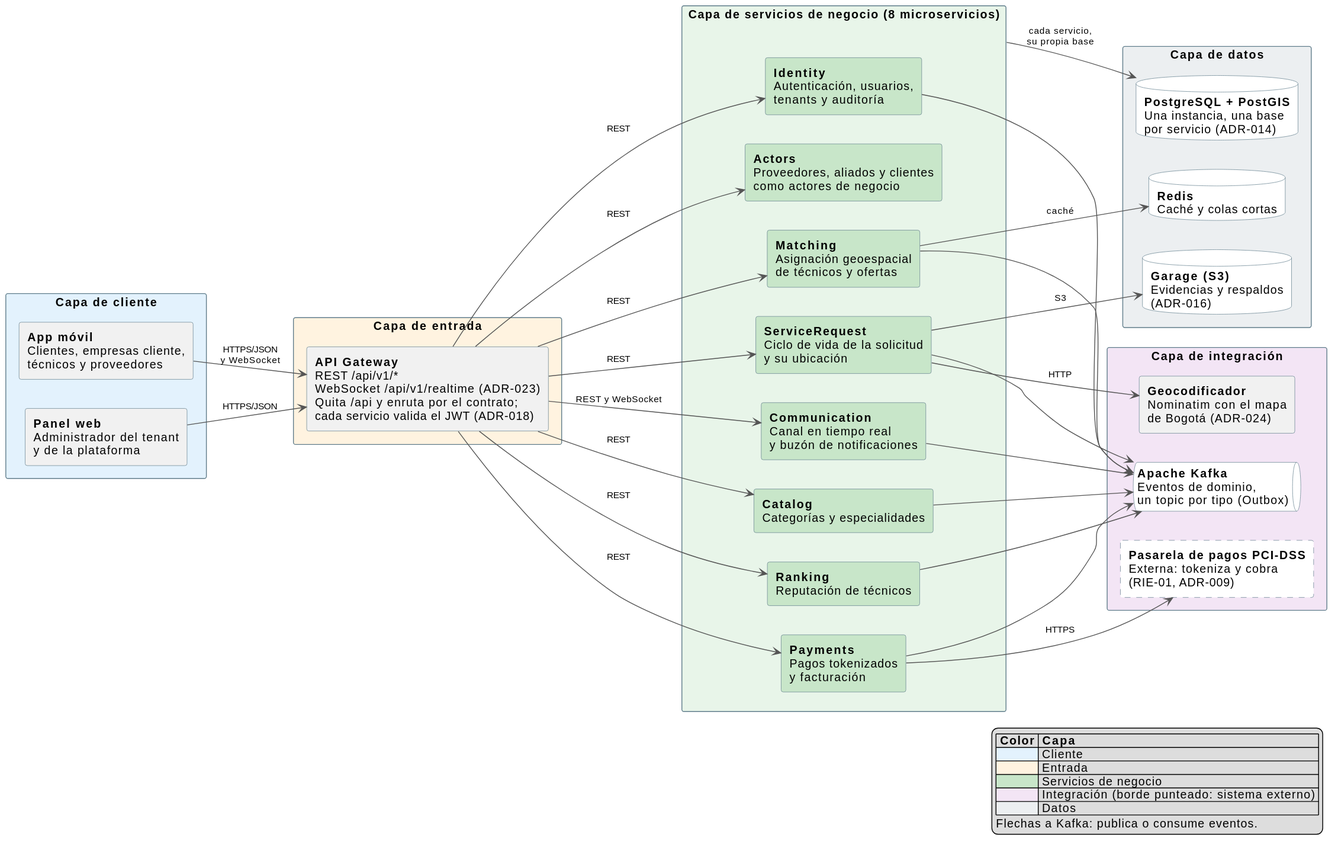
Above: docs/architecture/diagrams/sdd/01_vista_logica_capas.svg in ARQUI-202630/quickpatch (PlantUML), before the change.
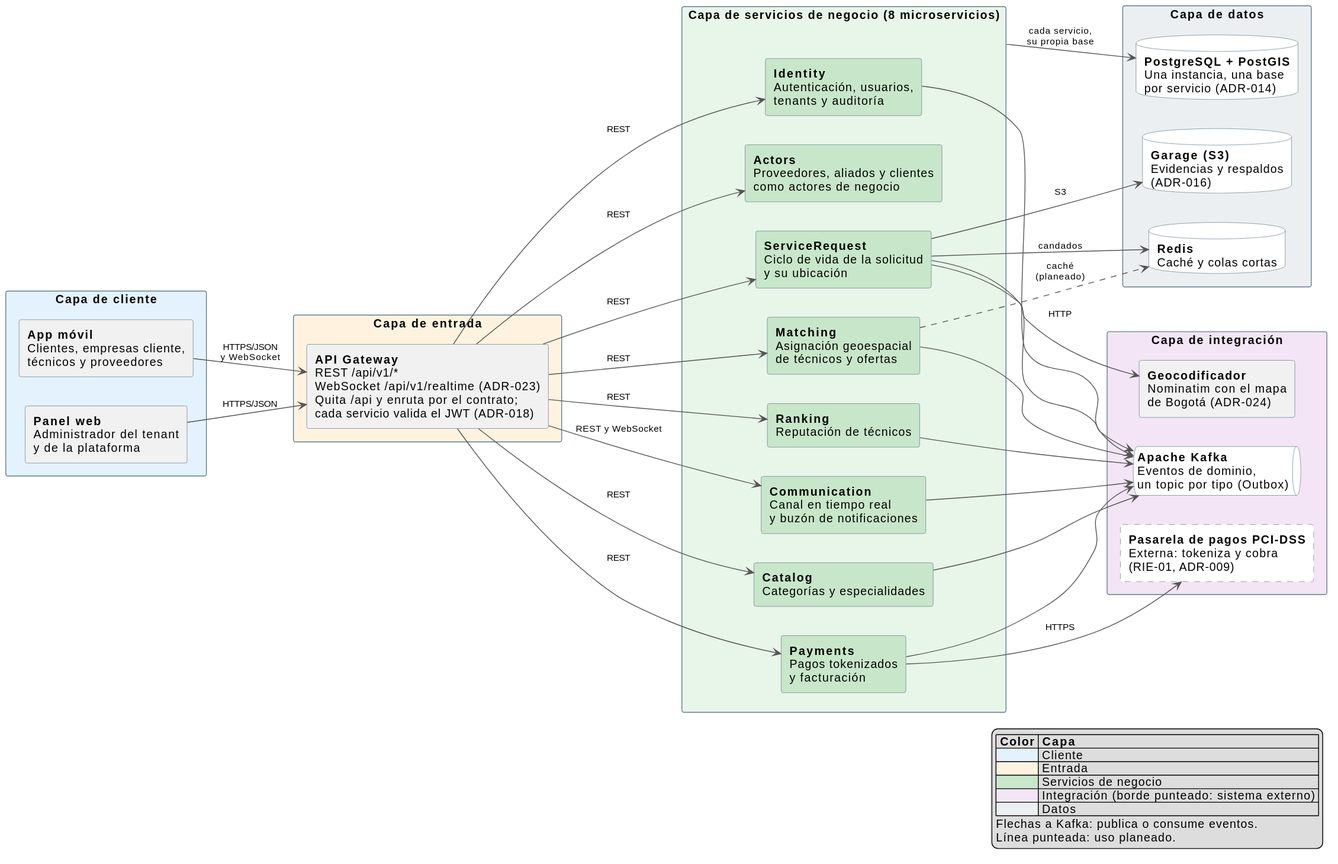
After the change.

Commit message:
docs(sdd): buzón, cotización y Redis en las Figuras 4 y 5 (SCRUM-471)

The edit, as a diff of the source:
```diff
@@ -86,7 +86,8 @@
 
 SR --> GEO : HTTP
 PAYMENTS --> PASARELA : HTTPS
-MATCHING --> REDIS : caché
+SR --> REDIS : candados
+MATCHING ..> REDIS : caché\n(planeado)
 SR --> GARAGE : S3
 NEGOCIO --> PG : cada servicio,\nsu propia base
 
@@ -98,5 +99,6 @@
   |<#F3E5F5>| Integración (borde punteado: sistema externo) |
   |<#ECEFF1>| Datos |
   Flechas a Kafka: publica o consume eventos.
+  Línea punteada: uso planeado.
 endlegend
 @enduml
```
